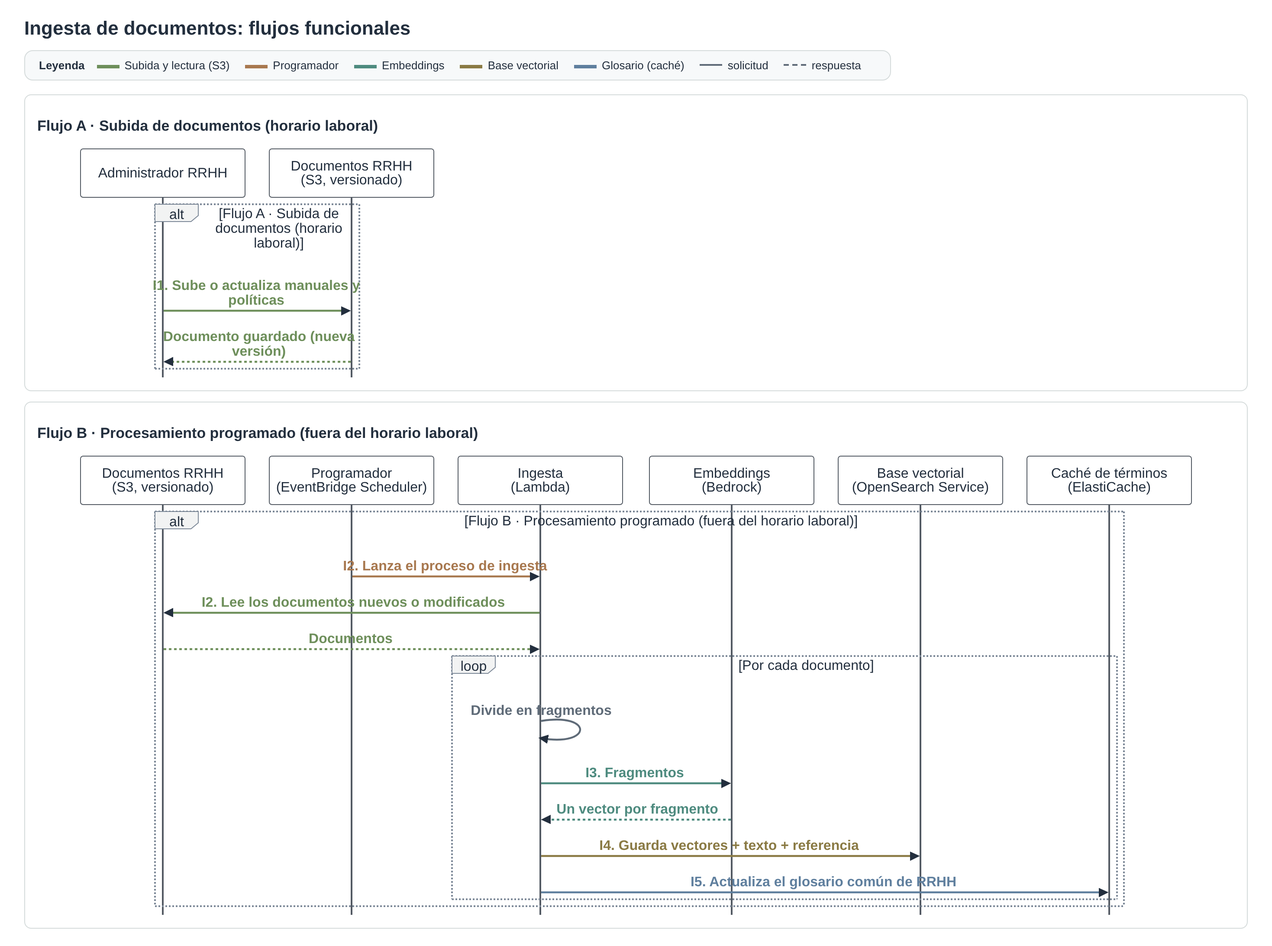
This is Langchain/secuencia-ingesta.png from RaulRX/AI_Architectures, a Mermaid export, as it was before one commit. Its source is kept beside it as Langchain/secuencia-ingesta.mmd. Its diagram source:
```mermaid
sequenceDiagram
    participant AD as Administrador RRHH
    participant S as Documentos RRHH<br/>(S3, versionado)
    alt Flujo A · Subida de documentos (horario laboral)
    AD->>S: I1. Sube o actualiza manuales y políticas
    S-->>AD: Documento guardado (nueva versión)
    end

sequenceDiagram
    participant S as Documentos RRHH<br/>(S3, versionado)
    participant P as Programador<br/>(EventBridge Scheduler)
    participant I as Ingesta<br/>(Lambda)
    participant EM as Embeddings<br/>(Bedrock)
    participant V as Base vectorial<br/>(OpenSearch Service)
    participant C as Caché de términos<br/>(ElastiCache)
    alt Flujo B · Procesamiento programado (fuera del horario laboral)
    P->>I: I2. Lanza el proceso de ingesta
    I->>S: I2. Lee los documentos nuevos o modificados
    S-->>I: Documentos
    loop Por cada documento
    I->>I: Divide en fragmentos
    I->>EM: I3. Fragmentos
    EM-->>I: Un vector por fragmento
    I->>V: I4. Guarda vectores + texto + referencia
    I->>C: I5. Actualiza el glosario común de RRHH
    end
    end
```
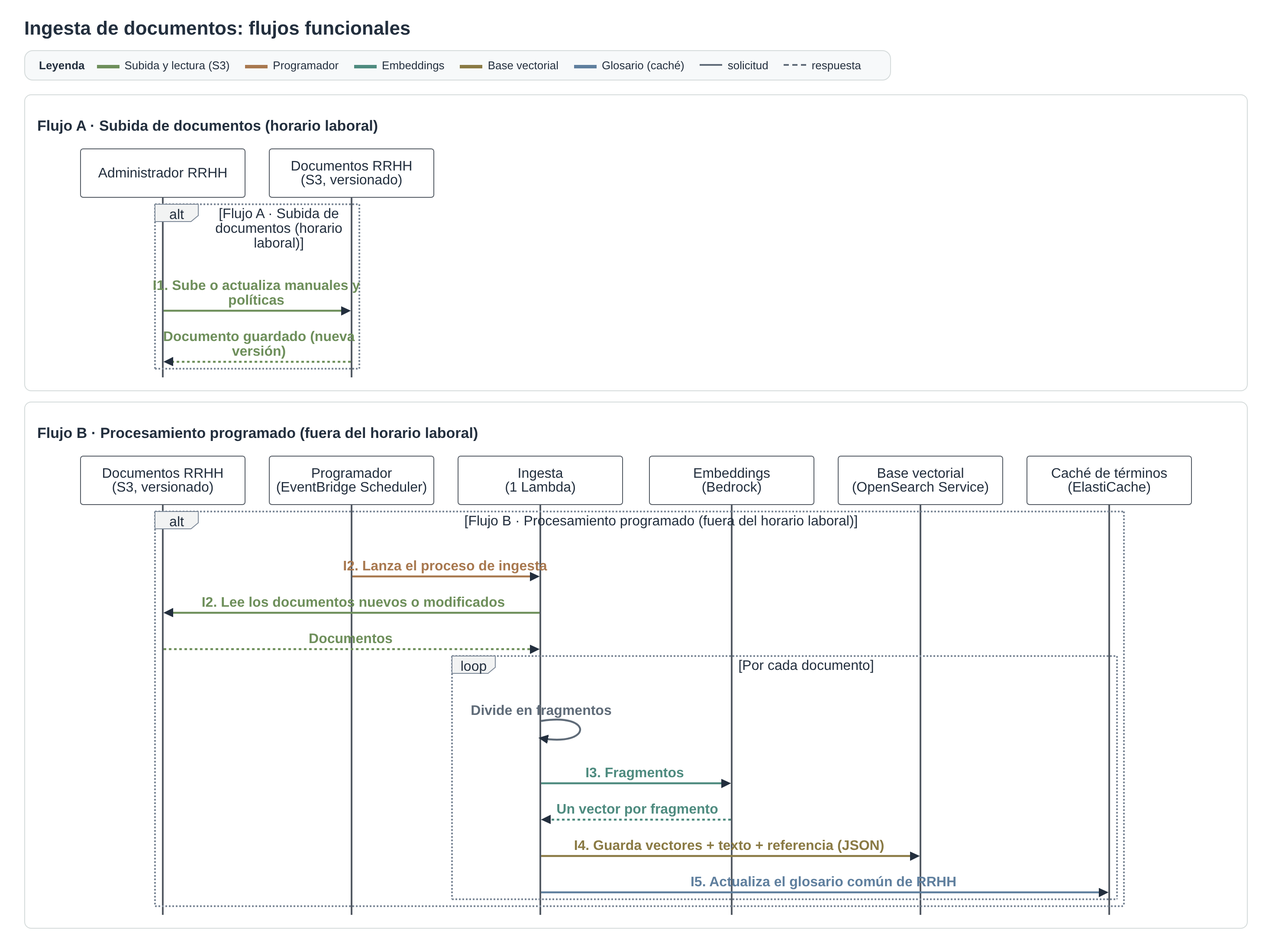
The same diagram one commit later.

Diff of the diagram source:
```diff
@@ -9,7 +9,7 @@
 sequenceDiagram
     participant S as Documentos RRHH<br/>(S3, versionado)
     participant P as Programador<br/>(EventBridge Scheduler)
-    participant I as Ingesta<br/>(Lambda)
+    participant I as Ingesta<br/>(1 Lambda)
     participant EM as Embeddings<br/>(Bedrock)
     participant V as Base vectorial<br/>(OpenSearch Service)
     participant C as Caché de términos<br/>(ElastiCache)
@@ -21,7 +21,7 @@
     I->>I: Divide en fragmentos
     I->>EM: I3. Fragmentos
     EM-->>I: Un vector por fragmento
-    I->>V: I4. Guarda vectores + texto + referencia
+    I->>V: I4. Guarda vectores + texto + referencia (JSON)
     I->>C: I5. Actualiza el glosario común de RRHH
     end
     end
```
